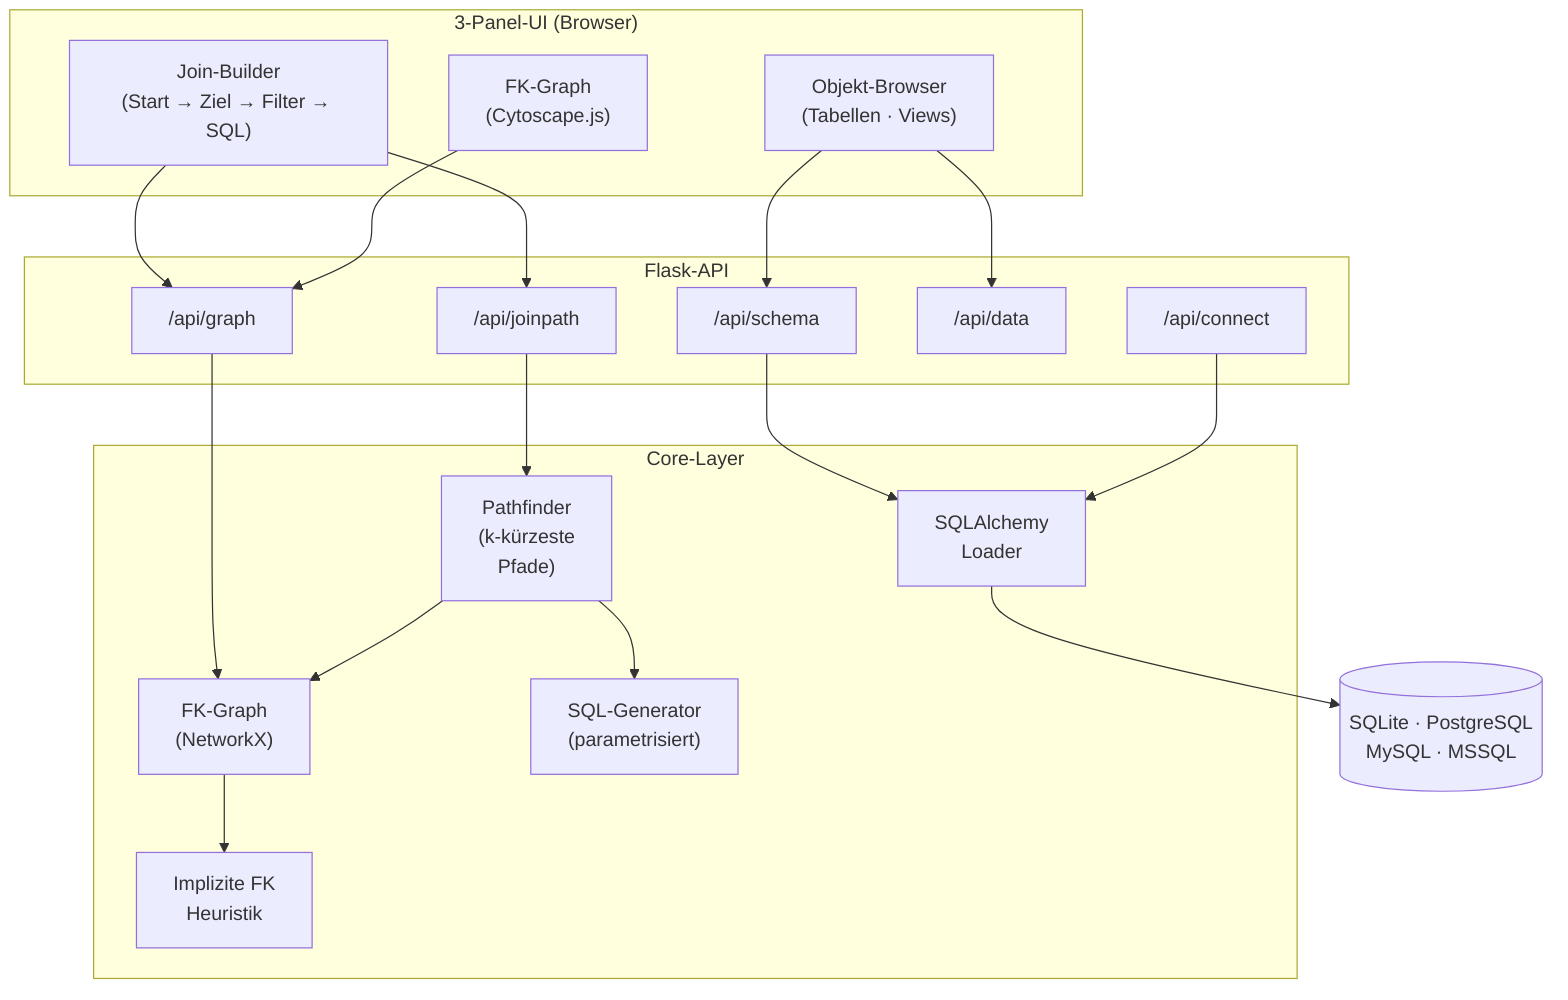
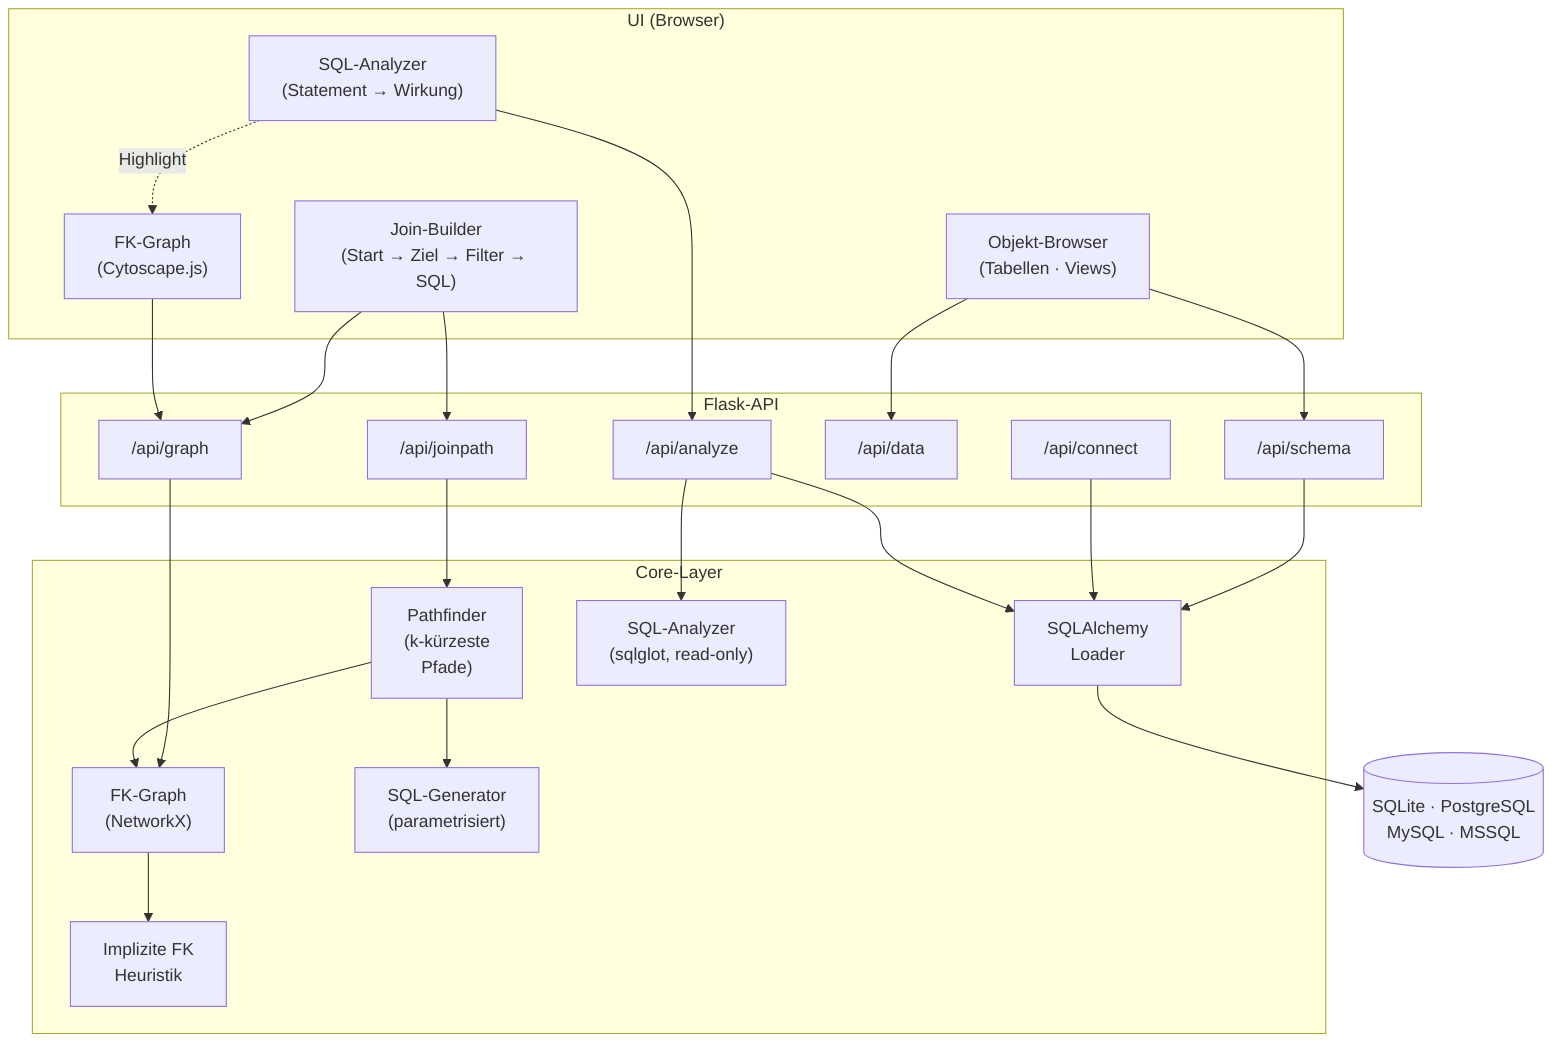
graph TB
-     subgraph UI["3-Panel-UI (Browser)"]
+     subgraph UI["UI (Browser)"]
        OB["Objekt-Browser\n(Tabellen · Views)"]
        JB["Join-Builder\n(Start → Ziel → Filter → SQL)"]
+         AN["SQL-Analyzer\n(Statement → Wirkung)"]
        GR["FK-Graph\n(Cytoscape.js)"]
    end
    subgraph FLASK["Flask-API"]
        S["/api/schema"]
        J["/api/joinpath"]
        G["/api/graph"]
        D["/api/data"]
+         A["/api/analyze"]
        C["/api/connect"]
    end
    subgraph CORE["Core-Layer"]
        SL["SQLAlchemy\nLoader"]
        BG["FK-Graph\n(NetworkX)"]
        PF["Pathfinder\n(k-kürzeste\nPfade)"]
        SG["SQL-Generator\n(parametrisiert)"]
+         SA["SQL-Analyzer\n(sqlglot, read-only)"]
        IFK["Implizite FK\nHeuristik"]
    end
    DB[("SQLite · PostgreSQL\nMySQL · MSSQL")]

    OB --> S
    JB --> J
    JB --> G
    GR --> G
    OB --> D
+     AN --> A
+     AN -. Highlight .-> GR
    S --> SL
    J --> PF
    G --> BG
    C --> SL
+     A --> SA
+     A --> SL
    SL --> DB
    PF --> BG
    PF --> SG
    BG --> IFK
